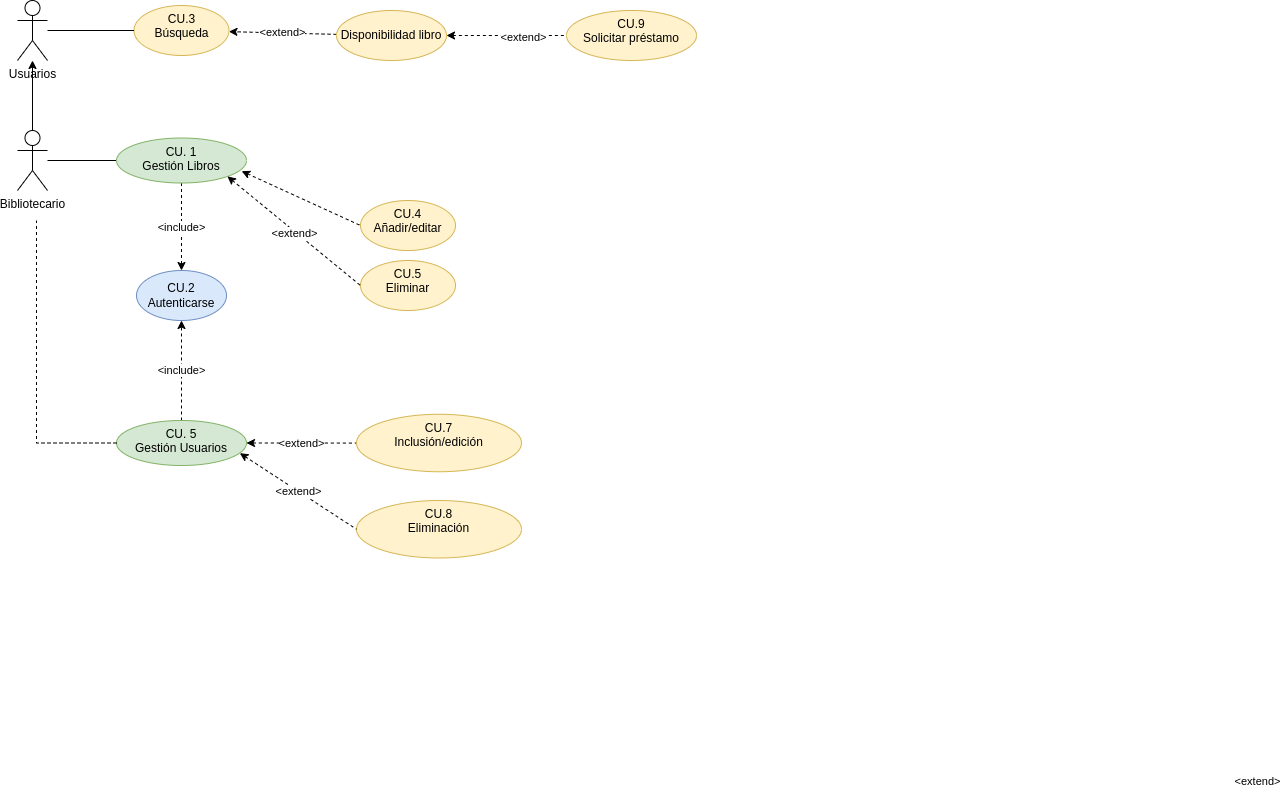
The draw.io diagram Tareas/casosUso/Examen/img/GesBiblioCanarias.drawio.png in colidom/ets, before a commit. Source tidied: cells renumbered, new cells last; positions are measured from the earlier drawing's top-left corner, leaving out a move shared by most shapes.
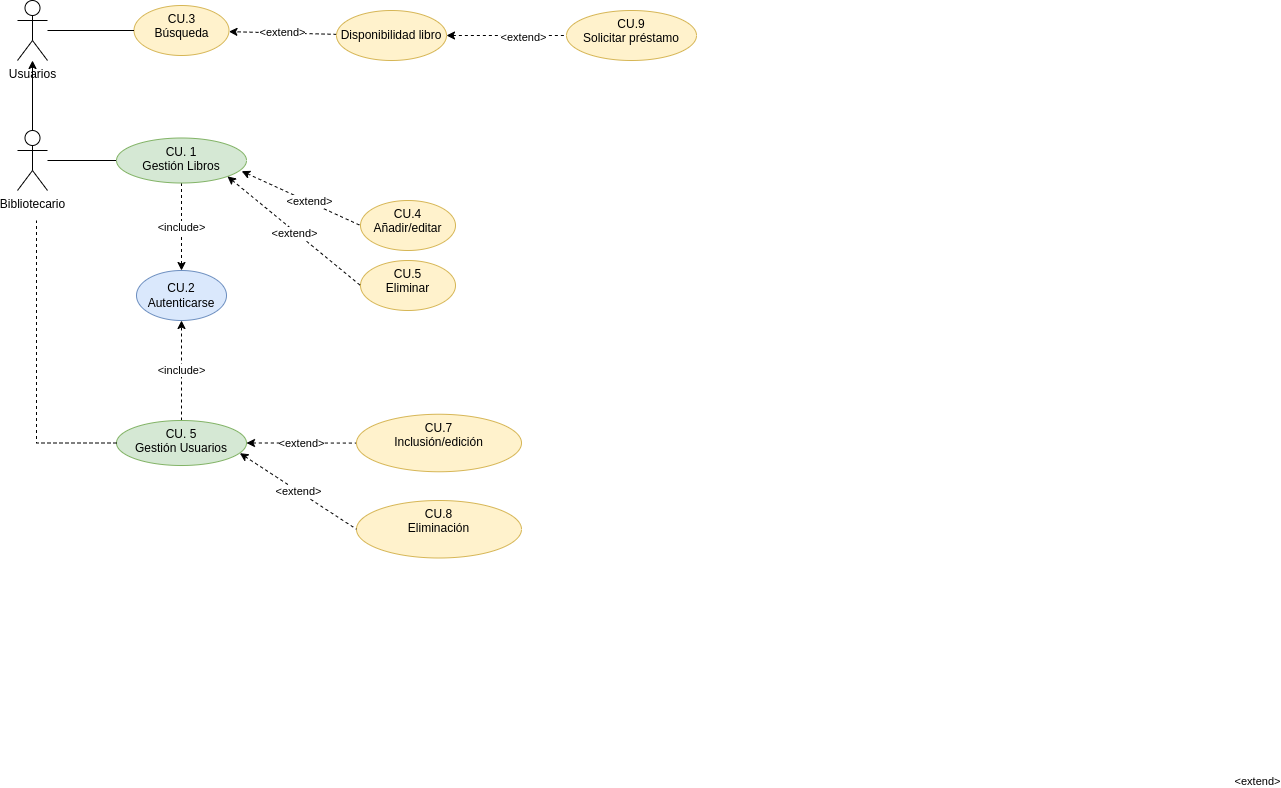
After the change.

What changed in the source:
```diff
@@ -34,6 +34,11 @@
         <mxPoint x="942" y="575" as="offset" />
       </mxGeometry>
     </mxCell>
+    <mxCell id="29" value="&amp;lt;extend&amp;gt;" style="edgeLabel;html=1;align=center;verticalAlign=middle;" parent="10" vertex="1">
+      <mxGeometry x="0.13" relative="1" as="geometry">
+        <mxPoint y="-1" as="offset" />
+      </mxGeometry>
+    </mxCell>
     <mxCell id="12" value="&lt;div&gt;CU.5&lt;/div&gt;&lt;div&gt;Eliminar&lt;br&gt;&lt;/div&gt;" style="ellipse;whiteSpace=wrap;html=1;verticalAlign=top;fillColor=#fff2cc;strokeColor=#d6b656;" parent="1" vertex="1">
       <mxGeometry x="343" y="260" width="95" height="50" as="geometry" />
     </mxCell>
```
